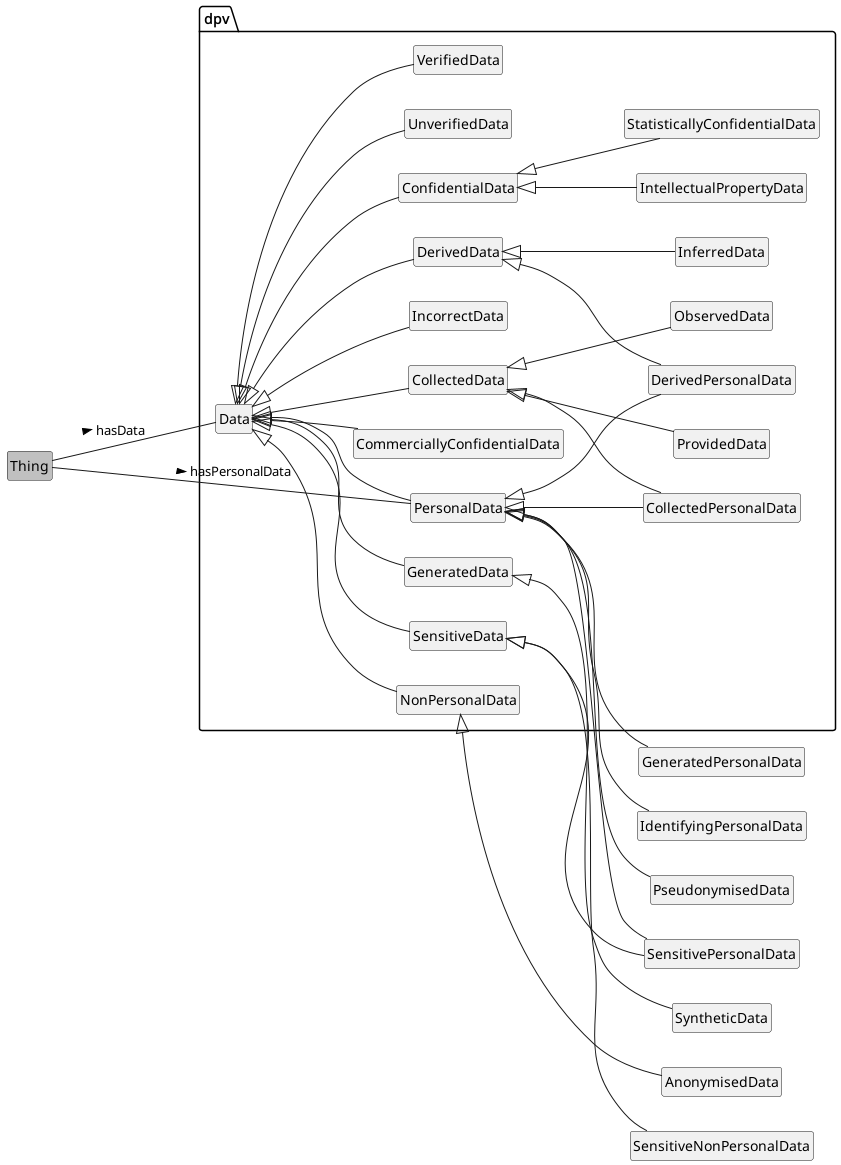
Above: media/PersonalData.png in jeswr/dpv (PlantUML), before the change.
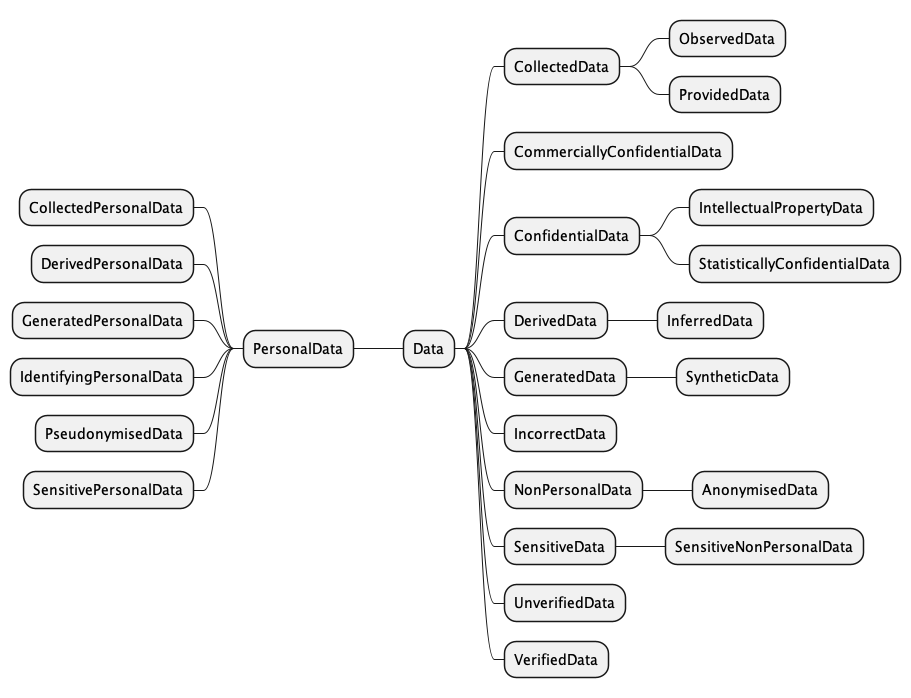
The same diagram one commit later.

Change to the diagram source:
```diff
@@ -1,66 +1,31 @@
-@startuml
+@startmindmap
 !include style.plantuml
-left to right direction
 
-class Thing #silver
-package dpv {
-	class Data
-	class PersonalData
-	class CollectedData
-	class CollectedPersonalData
-	class ProvidedData
-	class CommerciallyConfidentialData
-	class ConfidentialData
-	class DerivedData
-	class DerivedPersonalData
-	class GeneratedData
-	class IncorrectData
-	class InferredData
-	class IntellectualPropertyData
-	class NonPersonalData
-	class ObservedData
-	class SensitiveData
-	class StatisticallyConfidentialData
-	class UnverifiedData
-	class VerifiedData
-}
-Thing -- PersonalData : hasPersonalData >
-Thing -- Data : hasData >
-Data <|-- CollectedData
-Data <|-- CommerciallyConfidentialData
-Data <|-- ConfidentialData
-Data <|-- DerivedData
-Data <|-- GeneratedData
-Data <|-- IncorrectData
-Data <|-- PersonalData
-Data <|-- NonPersonalData
-Data <|-- SensitiveData
-Data <|-- UnverifiedData
-Data <|-- VerifiedData
-
-
-CollectedData <|-- CollectedPersonalData
-CollectedData <|-- ObservedData
-CollectedData <|-- ProvidedData
-
-ConfidentialData <|-- IntellectualPropertyData
-ConfidentialData <|-- StatisticallyConfidentialData
-
-DerivedData <|-- DerivedPersonalData
-DerivedData <|-- InferredData
-
-GeneratedData <|-- SyntheticData
-
-NonPersonalData <|-- AnonymisedData
-
-PersonalData <|-- CollectedPersonalData
-PersonalData <|-- DerivedPersonalData
-PersonalData <|-- GeneratedPersonalData
-PersonalData <|-- IdentifyingPersonalData
-PersonalData <|-- PseudonymisedData
-PersonalData <|-- SensitivePersonalData
-
-SensitiveData <|-- SensitiveNonPersonalData
-SensitiveData <|-- SensitivePersonalData
++ Data
+++ CollectedData
++++ ObservedData
++++ ProvidedData
+++ CommerciallyConfidentialData
+++ ConfidentialData
++++ IntellectualPropertyData
++++ StatisticallyConfidentialData
+++ DerivedData
++++ InferredData
+++ GeneratedData
++++ SyntheticData
+++ IncorrectData
+++ NonPersonalData
++++ AnonymisedData
+++ SensitiveData
++++ SensitiveNonPersonalData
+++ UnverifiedData
+++ VerifiedData
+-- PersonalData
+--- CollectedPersonalData
+--- DerivedPersonalData
+--- GeneratedPersonalData
+--- IdentifyingPersonalData
+--- PseudonymisedData
+--- SensitivePersonalData
 
 @enduml
```
